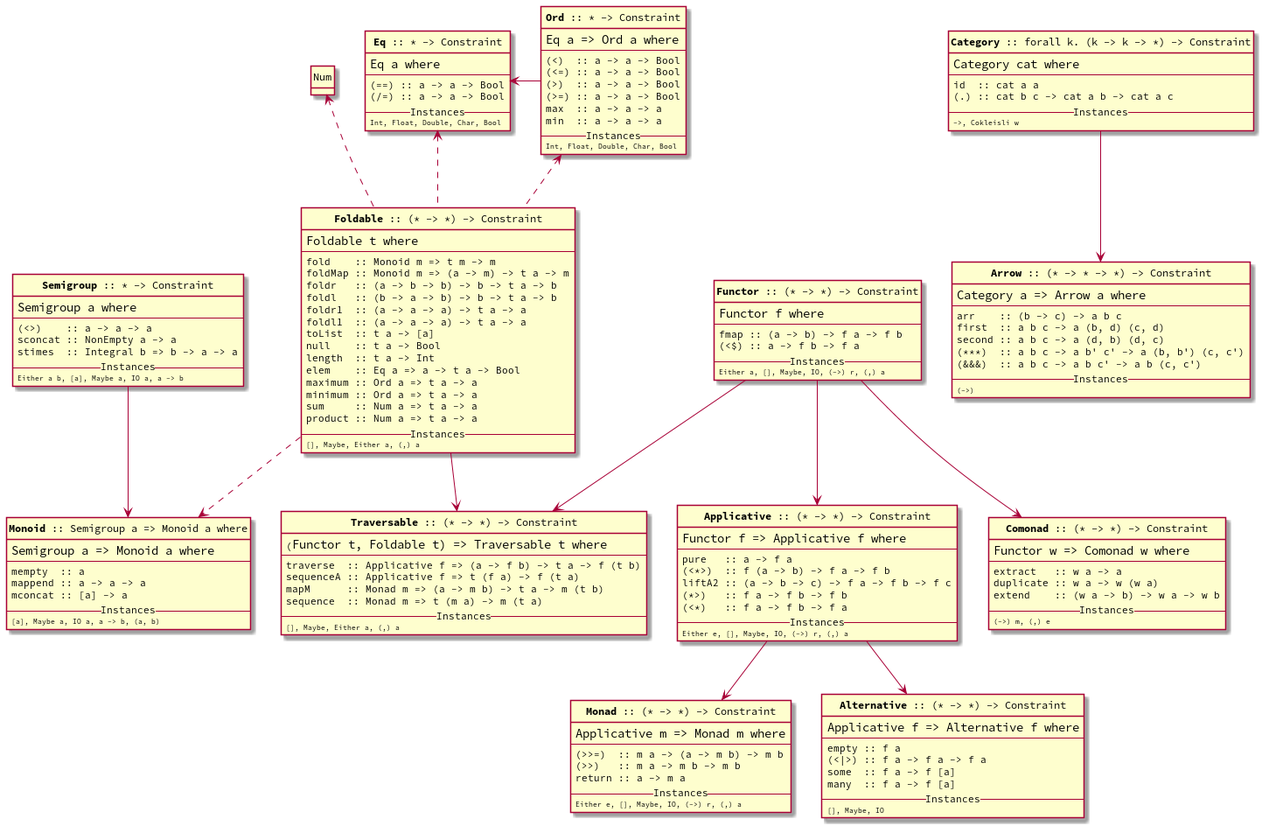
dustinlacewell/haskell-typeclass-atlas keeps this PlantUML diagram as atlas.png. Above is the earlier version.
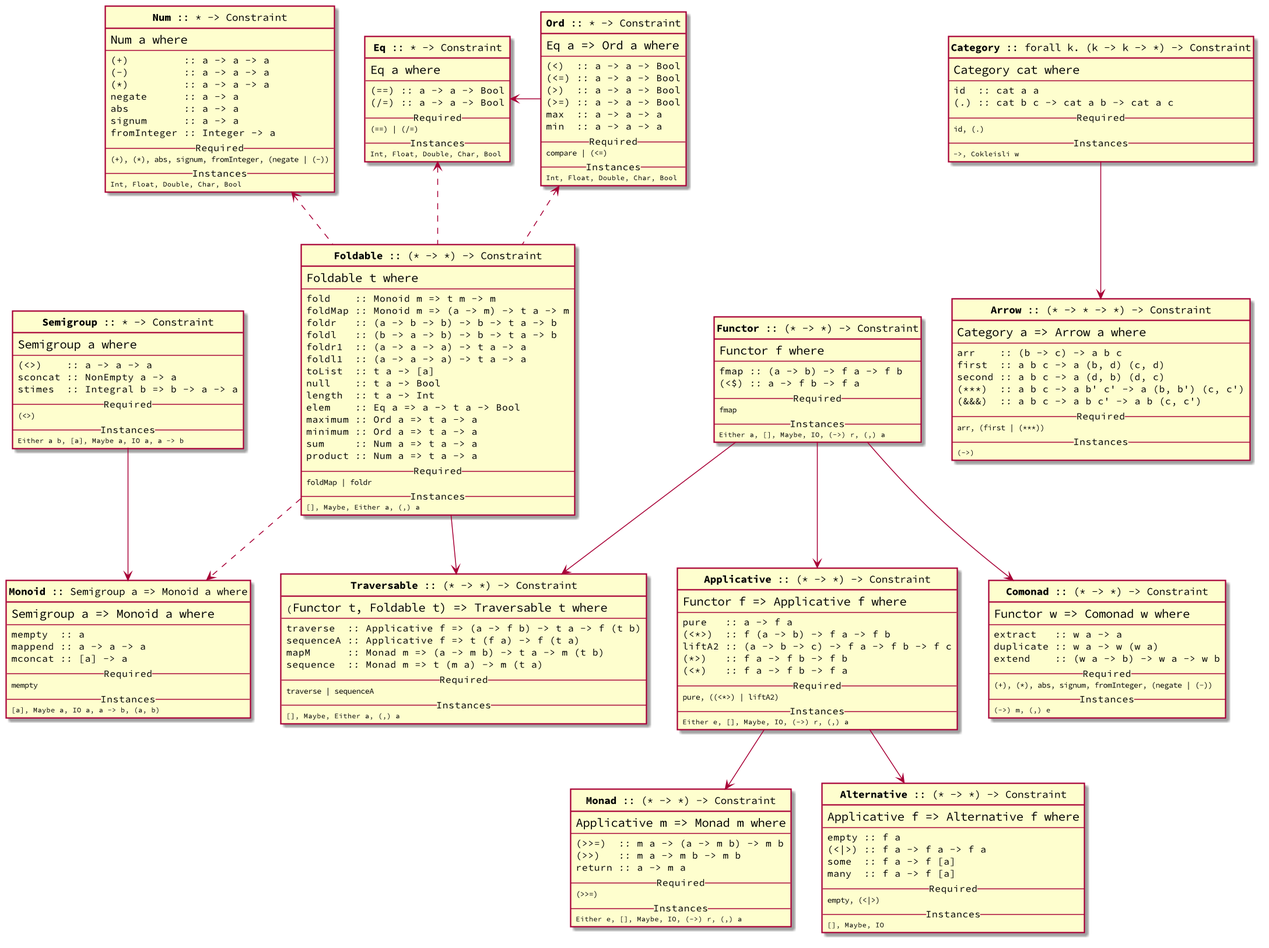
The same file after the commit.

Commit message:
Add minimum functions

Diff of the diagram source:
```diff
@@ -5,8 +5,11 @@
 skinparam defaultFontColor black
 skinparam defaultFontName "Source Code Pro"
 
+scale 1.5
+
 class Eq as "**Eq** :: * -> Constraint"
 class Ord as "**Ord** :: * -> Constraint"
+class Num as "**Num** :: * -> Constraint"
 class Semigroup as "**Semigroup** :: * -> Constraint"
 class Monoid as "**Monoid** :: Semigroup a => Monoid a where"
 class Functor as "**Functor** :: (* -> *) -> Constraint"
@@ -24,6 +27,8 @@
         ---
         (==) :: a -> a -> Bool
         (/=) :: a -> a -> Bool
+        --Required--
+        <size:9>(==) | (/=)</size>
         --Instances--
         <size:8>Int, Float, Double, Char, Bool</size>
 }
@@ -39,9 +44,28 @@
         (>=) :: a -> a -> Bool
         max  :: a -> a -> a
         min  :: a -> a -> a
+        --Required--
+        <size:9>compare | (<=)</size>
         --Instances--
         <size:8>Int, Float, Double, Char, Bool</size>
 }
+
+class Num {
+        <size:14>Num a where</size>
+        ---
+        (+)         :: a -> a -> a
+        (-)         :: a -> a -> a
+        (*)         :: a -> a -> a
+        negate      :: a -> a
+        abs         :: a -> a
+        signum      :: a -> a
+        fromInteger :: Integer -> a
+        --Required--
+        <size:9>(+), (*), abs, signum, fromInteger, (negate | (-))</size>
+        --Instances--
+        <size:8>Int, Float, Double, Char, Bool</size>
+}
+
 
 Functor --> Traversable
 Functor --> Applicative
@@ -52,6 +76,8 @@
         ---
         fmap :: (a -> b) -> f a -> f b
         (<$) :: a -> f b -> f a
+        --Required--
+        <size:9>fmap</size>
         --Instances--
         <size:8>Either a, [], Maybe, IO, (->) r, (,) a</size>
 }
@@ -62,10 +88,11 @@
         extract   :: w a -> a
         duplicate :: w a -> w (w a)
         extend    :: (w a -> b) -> w a -> w b
+        --Required--
+        <size:9>(+), (*), abs, signum, fromInteger, (negate | (-))</size>
         --Instances--
         <size:8>(->) m, (,) e</size>
 }
-
 
 
 Semigroup --> Monoid
@@ -76,10 +103,11 @@
         (<>)    :: a -> a -> a
         sconcat :: NonEmpty a -> a
         stimes  :: Integral b => b -> a -> a
+        --Required--
+        <size:9>(<>)</size>
         --Instances--
         <size:8>Either a b, [a], Maybe a, IO a, a -> b</size>
 }
-
 
 
 Applicative --> Alternative
@@ -93,11 +121,11 @@
         liftA2 :: (a -> b -> c) -> f a -> f b -> f c
         (*>)   :: f a -> f b -> f b
         (<*)   :: f a -> f b -> f a
+        --Required--
+        <size:9>pure, ((<*>) | liftA2)</size>
         --Instances--
         <size:8>Either e, [], Maybe, IO, (->) r, (,) a</size>
 }
-
-
 
 
 class Monoid {
@@ -106,6 +134,8 @@
         mempty  :: a
         mappend :: a -> a -> a
         mconcat :: [a] -> a
+        --Required--
+        <size:9>mempty</size>
         --Instances--
         <size:8>[a], Maybe a, IO a, a -> b, (a, b)</size>
 }
@@ -136,6 +166,8 @@
         minimum :: Ord a => t a -> a
         sum     :: Num a => t a -> a
         product :: Num a => t a -> a
+        --Required--
+        <size:9>foldMap | foldr</size>
         --Instances--
         <size:8>[], Maybe, Either a, (,) a</size>
 }
@@ -147,6 +179,8 @@
         (>>=)  :: m a -> (a -> m b) -> m b
         (>>)   :: m a -> m b -> m b
         return :: a -> m a
+        --Required--
+        <size:9>(>>=)</size>
         --Instances--
         <size:8>Either e, [], Maybe, IO, (->) r, (,) a</size>
 }
@@ -158,6 +192,8 @@
         sequenceA :: Applicative f => t (f a) -> f (t a)
         mapM      :: Monad m => (a -> m b) -> t a -> m (t b)
         sequence  :: Monad m => t (m a) -> m (t a)
+        --Required--
+        <size:9>traverse | sequenceA</size>
         --Instances--
         <size:8>[], Maybe, Either a, (,) a</size>
 }
@@ -169,6 +205,8 @@
         (<|>) :: f a -> f a -> f a
         some  :: f a -> f [a]
         many  :: f a -> f [a]
+        --Required--
+        <size:9>empty, (<|>)</size>
         --Instances--
         <size:8>[], Maybe, IO</size>
 }
@@ -178,6 +216,8 @@
         ---
         id  :: cat a a
         (.) :: cat b c -> cat a b -> cat a c
+        --Required--
+        <size:9>id, (.)</size>
         --Instances--
         <size:8>->, Cokleisli w</size>
 }
@@ -191,9 +231,10 @@
         second :: a b c -> a (d, b) (d, c)
         (***)  :: a b c -> a b' c' -> a (b, b') (c, c')
         (&&&)  :: a b c -> a b c' -> a b (c, c')
+        --Required--
+        <size:9>arr, (first | (***))</size>
         --Instances--
         <size:8>(->)</size>
 }
 
-
 @enduml
```
